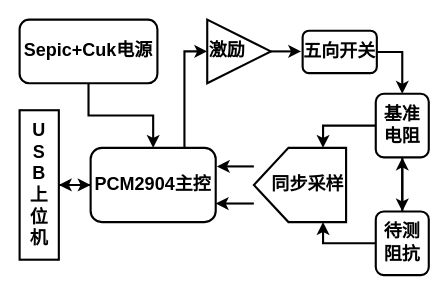
Above: PDF/Untitled Diagram.drawio in hecheng1-byte/PCM2904 (draw.io), before the change. Source tidied: cells renumbered, new cells numbered last; positions are measured from the earlier drawing's top-left corner, leaving out a move shared by most shapes. Both pictures are drawn from the tidied source at 106%, with x=0, y=0 at pixel (19, 19).
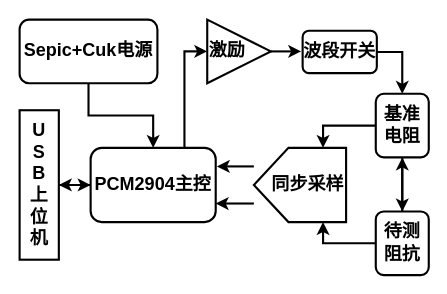
The same page after the edit.

What changed in the source:
```diff
@@
-    <mxCell id="21" value="&lt;b&gt;&lt;font style=&quot;font-size: 17px&quot;&gt;五向开关&lt;/font&gt;&lt;/b&gt;" style="rounded=1;whiteSpace=wrap;html=1;strokeWidth=2;" parent="1" vertex="1">
+    <mxCell id="21" value="&lt;b&gt;&lt;font style=&quot;font-size: 17px&quot;&gt;波段开关&lt;/font&gt;&lt;/b&gt;" style="rounded=1;whiteSpace=wrap;html=1;strokeWidth=2;" parent="1" vertex="1">
       <mxGeometry x="267" y="10.5" width="70" height="40" as="geometry" />
     </mxCell>
```
